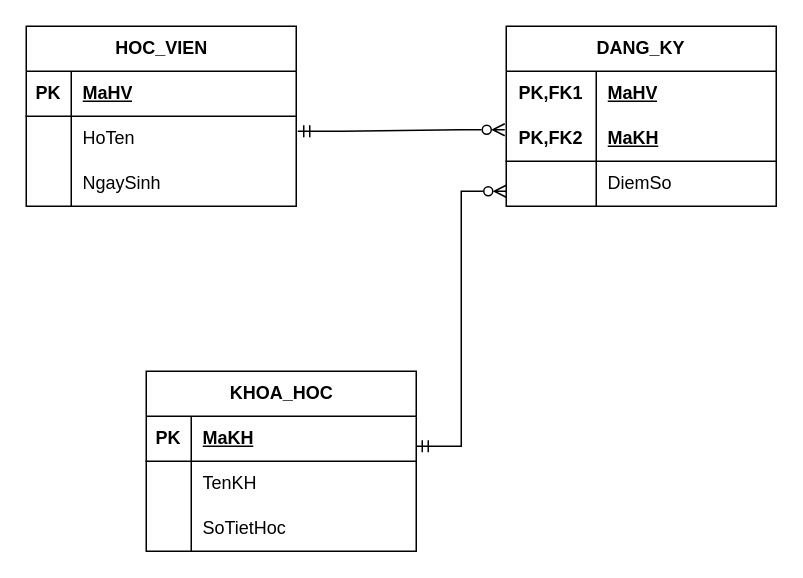
Before: page "Trang-2" (2 of 3) of bai2.drawio in ngoclee280907-bot/LeThiNgocLe_B25DTCN277_IT105_session16_bai2, a draw.io diagram. Source tidied: cells renumbered, new cells numbered last; positions are measured from the earlier drawing's top-left corner, leaving out a move shared by most shapes. Both pictures are drawn from the tidied source at 150%, with x=0, y=0 at pixel (26, 26).
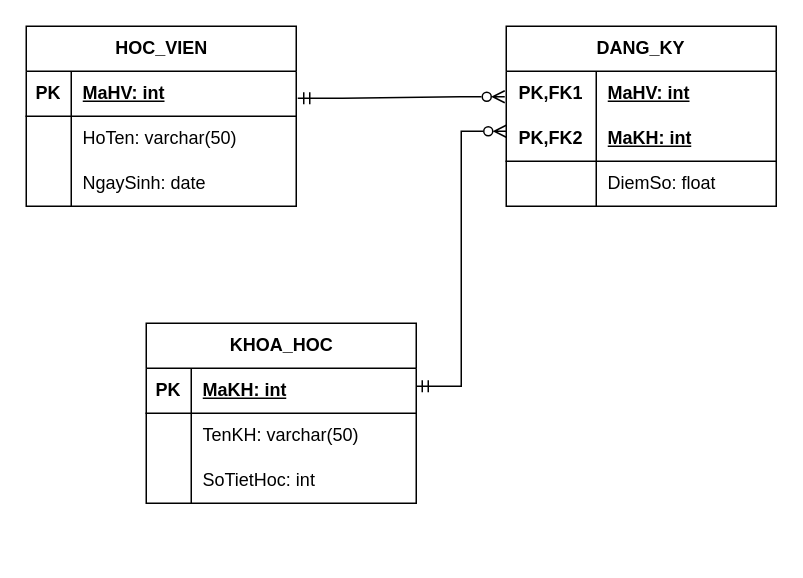
After the change.

The change refers to these unchanged cells:
```xml
<mxCell id="3" style="shape=tableRow;horizontal=0;startSize=0;swimlaneHead=0;swimlaneBody=0;fillColor=none;top=0;left=0;right=0;bottom=1;" parent="2" vertex="1">
  <mxGeometry y="30" width="180" height="30" as="geometry" />
</mxCell>
<mxCell id="6" style="shape=tableRow;horizontal=0;startSize=0;swimlaneHead=0;swimlaneBody=0;fillColor=none;top=0;left=0;right=0;bottom=0;" parent="2" vertex="1">
  <mxGeometry y="60" width="180" height="30" as="geometry" />
</mxCell>
<mxCell id="9" style="shape=tableRow;horizontal=0;startSize=0;swimlaneHead=0;swimlaneBody=0;fillColor=none;top=0;left=0;right=0;bottom=0;" parent="2" vertex="1">
  <mxGeometry y="90" width="180" height="30" as="geometry" />
</mxCell>
<mxCell id="13" style="shape=tableRow;horizontal=0;startSize=0;swimlaneHead=0;swimlaneBody=0;fillColor=none;top=0;left=0;right=0;bottom=0;html=1;" parent="12" vertex="1">
  <mxGeometry y="30" width="180" height="30" as="geometry" />
</mxCell>
<mxCell id="16" style="shape=tableRow;horizontal=0;startSize=0;swimlaneHead=0;swimlaneBody=0;fillColor=none;top=0;left=0;right=0;bottom=1;html=1;" parent="12" vertex="1">
  <mxGeometry y="60" width="180" height="30" as="geometry" />
</mxCell>
<mxCell id="19" style="shape=tableRow;horizontal=0;startSize=0;swimlaneHead=0;swimlaneBody=0;fillColor=none;top=0;left=0;right=0;bottom=0;html=1;" parent="12" vertex="1">
  <mxGeometry y="90" width="180" height="30" as="geometry" />
</mxCell>
<mxCell id="23" style="shape=tableRow;horizontal=0;startSize=0;swimlaneHead=0;swimlaneBody=0;fillColor=none;top=0;left=0;right=0;bottom=1;" parent="22" vertex="1">
  <mxGeometry y="30" width="180" height="30" as="geometry" />
</mxCell>
<mxCell id="26" style="shape=tableRow;horizontal=0;startSize=0;swimlaneHead=0;swimlaneBody=0;fillColor=none;top=0;left=0;right=0;bottom=0;" parent="22" vertex="1">
  <mxGeometry y="60" width="180" height="30" as="geometry" />
</mxCell>
<mxCell id="29" style="shape=tableRow;horizontal=0;startSize=0;swimlaneHead=0;swimlaneBody=0;fillColor=none;top=0;left=0;right=0;bottom=0;" parent="22" vertex="1">
  <mxGeometry y="90" width="180" height="30" as="geometry" />
</mxCell>
```

What changed in the source:
```diff
@@
-    <mxCell id="5" value="MaHV" style="shape=partialRectangle;fillColor=none;top=0;left=0;bottom=0;right=0;align=left;spacingLeft=6;fontStyle=5;overflow=hidden;whiteSpace=wrap;html=1;" parent="3" vertex="1">
+    <mxCell id="5" value="MaHV: int" style="shape=partialRectangle;fillColor=none;top=0;left=0;bottom=0;right=0;align=left;spacingLeft=6;fontStyle=5;overflow=hidden;whiteSpace=wrap;html=1;" parent="3" vertex="1">
       <mxGeometry x="30" width="150" height="30" as="geometry" />
     </mxCell>
@@
-    <mxCell id="8" value="HoTen" style="shape=partialRectangle;fillColor=none;top=0;left=0;bottom=0;right=0;align=left;spacingLeft=6;overflow=hidden;whiteSpace=wrap;html=1;" parent="6" vertex="1">
+    <mxCell id="8" value="HoTen: varchar(50)" style="shape=partialRectangle;fillColor=none;top=0;left=0;bottom=0;right=0;align=left;spacingLeft=6;overflow=hidden;whiteSpace=wrap;html=1;" parent="6" vertex="1">
       <mxGeometry x="30" width="150" height="30" as="geometry" />
     </mxCell>
@@
-    <mxCell id="11" value="NgaySinh" style="shape=partialRectangle;fillColor=none;top=0;left=0;bottom=0;right=0;align=left;spacingLeft=6;overflow=hidden;whiteSpace=wrap;html=1;" parent="9" vertex="1">
+    <mxCell id="11" value="NgaySinh: date" style="shape=partialRectangle;fillColor=none;top=0;left=0;bottom=0;right=0;align=left;spacingLeft=6;overflow=hidden;whiteSpace=wrap;html=1;" parent="9" vertex="1">
       <mxGeometry x="30" width="150" height="30" as="geometry" />
     </mxCell>
@@
-    <mxCell id="15" value="MaHV" style="shape=partialRectangle;fillColor=none;top=0;left=0;bottom=0;right=0;align=left;spacingLeft=6;fontStyle=5;overflow=hidden;html=1;whiteSpace=wrap;" parent="13" vertex="1">
+    <mxCell id="15" value="MaHV: int" style="shape=partialRectangle;fillColor=none;top=0;left=0;bottom=0;right=0;align=left;spacingLeft=6;fontStyle=5;overflow=hidden;html=1;whiteSpace=wrap;" parent="13" vertex="1">
       <mxGeometry x="60" width="120" height="30" as="geometry" />
     </mxCell>
@@
-    <mxCell id="18" value="MaKH" style="shape=partialRectangle;fillColor=none;top=0;left=0;bottom=0;right=0;align=left;spacingLeft=6;fontStyle=5;overflow=hidden;html=1;whiteSpace=wrap;" parent="16" vertex="1">
+    <mxCell id="18" value="MaKH: int" style="shape=partialRectangle;fillColor=none;top=0;left=0;bottom=0;right=0;align=left;spacingLeft=6;fontStyle=5;overflow=hidden;html=1;whiteSpace=wrap;" parent="16" vertex="1">
       <mxGeometry x="60" width="120" height="30" as="geometry" />
     </mxCell>
@@
-    <mxCell id="21" value="DiemSo" style="shape=partialRectangle;fillColor=none;top=0;left=0;bottom=0;right=0;align=left;spacingLeft=6;overflow=hidden;html=1;whiteSpace=wrap;" parent="19" vertex="1">
+    <mxCell id="21" value="DiemSo: float" style="shape=partialRectangle;fillColor=none;top=0;left=0;bottom=0;right=0;align=left;spacingLeft=6;overflow=hidden;html=1;whiteSpace=wrap;" parent="19" vertex="1">
       <mxGeometry x="60" width="120" height="30" as="geometry" />
     </mxCell>
     <mxCell id="22" value="KHOA_HOC" style="shape=table;startSize=30;childLayout=tableLayout;rowLines=0;fontStyle=1;align=center;html=1;" parent="1" vertex="1">
-      <mxGeometry x="80" y="230" width="180" height="120" as="geometry" />
+      <mxGeometry x="80" y="198" width="180" height="120" as="geometry" />
     </mxCell>
@@
-    <mxCell id="25" value="MaKH" style="shape=partialRectangle;fillColor=none;top=0;left=0;bottom=0;right=0;align=left;spacingLeft=6;fontStyle=5;overflow=hidden;whiteSpace=wrap;html=1;" parent="23" vertex="1">
+    <mxCell id="25" value="MaKH: int" style="shape=partialRectangle;fillColor=none;top=0;left=0;bottom=0;right=0;align=left;spacingLeft=6;fontStyle=5;overflow=hidden;whiteSpace=wrap;html=1;" parent="23" vertex="1">
       <mxGeometry x="30" width="150" height="30" as="geometry" />
     </mxCell>
@@
-    <mxCell id="28" value="TenKH" style="shape=partialRectangle;fillColor=none;top=0;left=0;bottom=0;right=0;align=left;spacingLeft=6;overflow=hidden;whiteSpace=wrap;html=1;" parent="26" vertex="1">
+    <mxCell id="28" value="TenKH: varchar(50)" style="shape=partialRectangle;fillColor=none;top=0;left=0;bottom=0;right=0;align=left;spacingLeft=6;overflow=hidden;whiteSpace=wrap;html=1;" parent="26" vertex="1">
       <mxGeometry x="30" width="150" height="30" as="geometry" />
     </mxCell>
@@
-    <mxCell id="31" value="SoTietHoc" style="shape=partialRectangle;fillColor=none;top=0;left=0;bottom=0;right=0;align=left;spacingLeft=6;overflow=hidden;whiteSpace=wrap;html=1;" parent="29" vertex="1">
+    <mxCell id="31" value="SoTietHoc: int" style="shape=partialRectangle;fillColor=none;top=0;left=0;bottom=0;right=0;align=left;spacingLeft=6;overflow=hidden;whiteSpace=wrap;html=1;" parent="29" vertex="1">
       <mxGeometry x="30" width="150" height="30" as="geometry" />
     </mxCell>
     <mxCell id="32" style="edgeStyle=entityRelationEdgeStyle;fontSize=12;html=1;endArrow=ERzeroToMany;endFill=0;rounded=0;entryX=-0.011;entryY=0.3;entryDx=0;entryDy=0;entryPerimeter=0;startArrow=ERmandOne;startFill=0;" parent="1" edge="1">
       <mxGeometry relative="1" as="geometry">
-        <mxPoint x="181" y="70" as="sourcePoint" />
-        <mxPoint x="319" y="69" as="targetPoint" />
+        <mxPoint x="181" y="48" as="sourcePoint" />
+        <mxPoint x="319" y="47" as="targetPoint" />
       </mxGeometry>
     </mxCell>
     <mxCell id="33" style="edgeStyle=entityRelationEdgeStyle;fontSize=12;html=1;endArrow=ERzeroToMany;endFill=0;rounded=0;startArrow=ERmandOne;startFill=0;" parent="1" edge="1">
       <mxGeometry relative="1" as="geometry">
-        <mxPoint x="260" y="280" as="sourcePoint" />
-        <mxPoint x="320" y="110" as="targetPoint" />
+        <mxPoint x="260" y="240" as="sourcePoint" />
+        <mxPoint x="320" y="70" as="targetPoint" />
       </mxGeometry>
     </mxCell>
```
